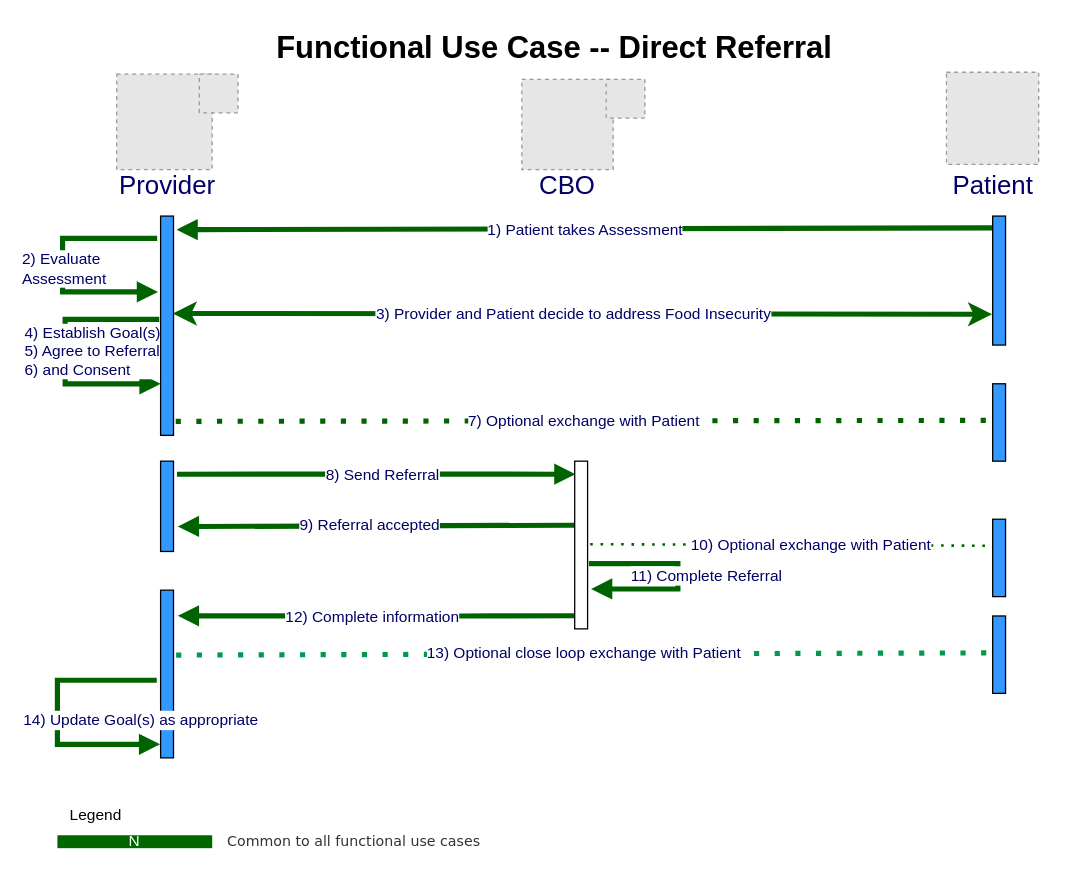
HL7/fhir-sdoh-clinicalcare keeps this draw.io diagram as page "Msg DME w Int" (1 of 7) of Images Source/FunctionalUseCaseFlowDirectReferral3.drawio. Above is the earlier version. Source tidied: cells renumbered, new cells numbered last; positions are measured from the earlier drawing's top-left corner, leaving out a move shared by most shapes. Both pictures are drawn from the tidied source at 129%, with x=0, y=0 at pixel (57, 22). Pictures stored in the file or linked from it are replaced by grey dashed boxes.
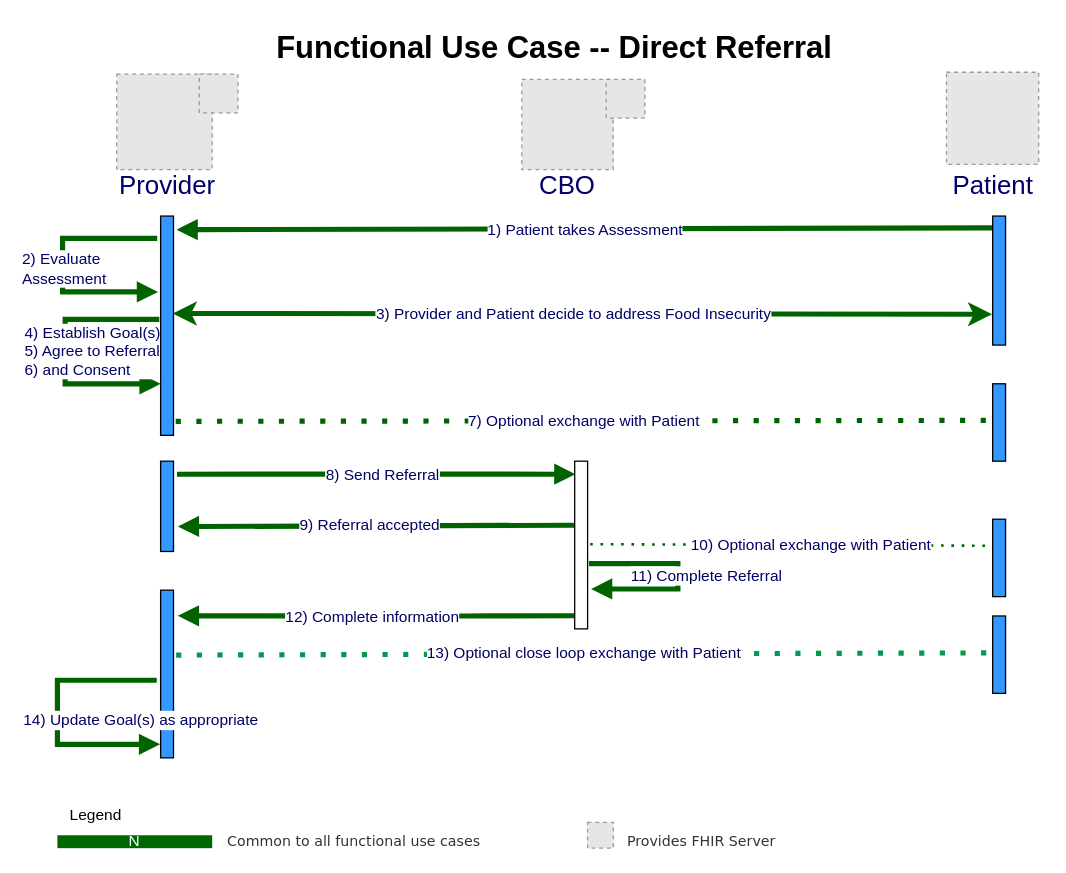
After the change.

What changed in the source:
```diff
@@
+    <mxCell id="34" style="fillColor=#E6E6E6;strokeColor=#999999;dashed=1;verticalLabelPosition=bottom;verticalAlign=top;fontSize=12;fontColor=#000066;" parent="1" vertex="1">
+      <mxGeometry x="411" y="620" width="20" height="20" as="geometry" />
+    </mxCell>
+    <mxCell id="35" value="&lt;font face=&quot;verdana&quot; color=&quot;#333333&quot;&gt;&lt;span style=&quot;background-color: rgb(255, 255, 255);&quot;&gt;Provides FHIR Server&lt;/span&gt;&lt;/font&gt;" style="text;html=1;strokeColor=none;fillColor=none;align=left;verticalAlign=middle;whiteSpace=wrap;rounded=0;fontSize=11;" parent="1" vertex="1">
+      <mxGeometry x="440" y="630" width="210" height="10" as="geometry" />
+    </mxCell>
```
